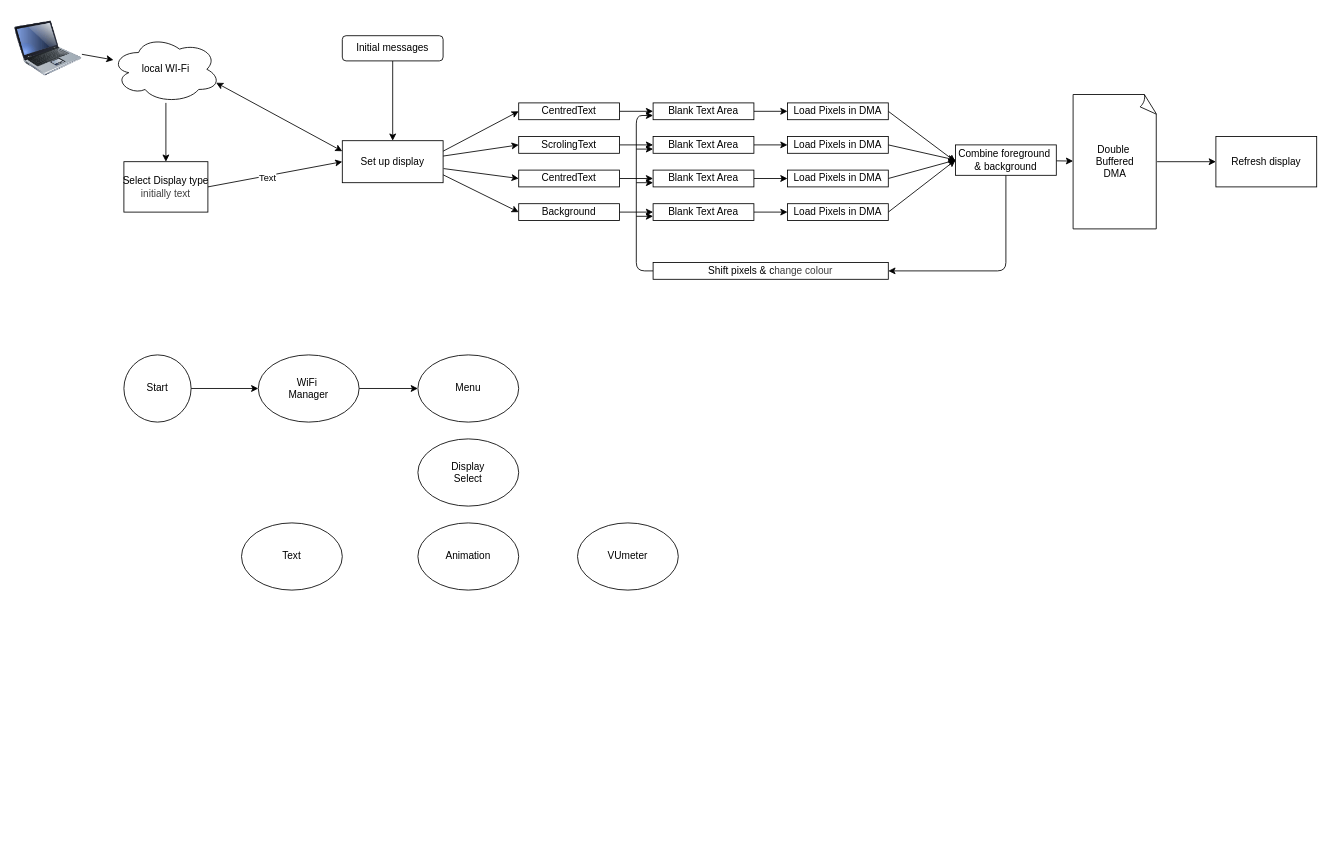
Before: ESP/3_Let's_chat/Code-PIO/ESP32 Server/documentation/Block Diagram.drawio in mhavill/MRPMG-Docklands, a draw.io diagram. Source tidied: cells renumbered, new cells numbered last; positions are measured from the earlier drawing's top-left corner, leaving out a move shared by most shapes. Both pictures are drawn from the tidied source at 84%, with x=0, y=0 at pixel (14, 14).
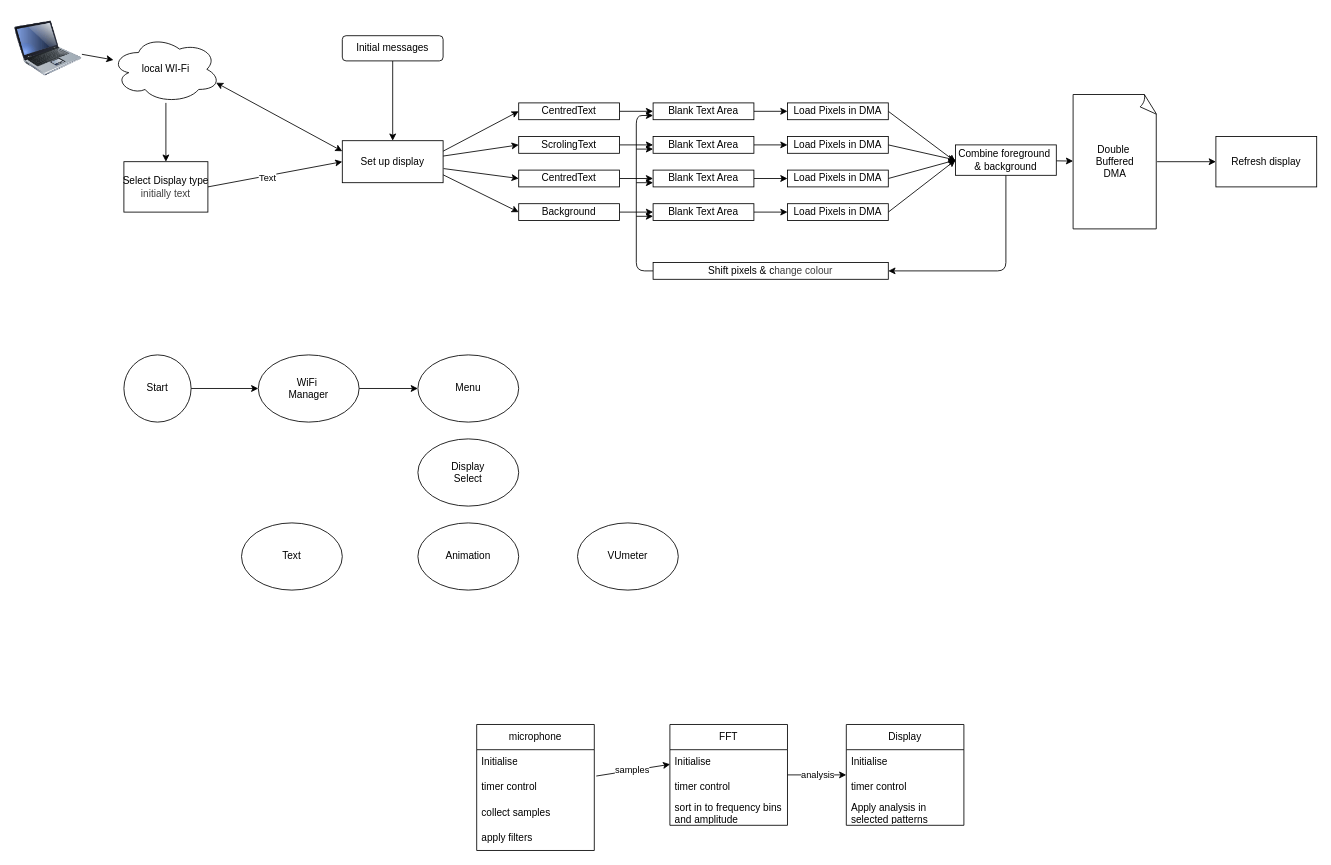
After the change.

Diff of the diagram source:
```diff
@@
+    <mxCell id="61" style="edgeStyle=none;html=1;entryX=0.002;entryY=0.395;entryDx=0;entryDy=0;entryPerimeter=0;exitX=1.017;exitY=0.409;exitDx=0;exitDy=0;exitPerimeter=0;" parent="1" edge="1" source="63" target="68">
+      <mxGeometry relative="1" as="geometry" />
+    </mxCell>
+    <mxCell id="62" value="samples" style="edgeLabel;html=1;align=center;verticalAlign=middle;" parent="61" vertex="1">
+      <mxGeometry x="-0.03" y="1" relative="1" as="geometry" />
+    </mxCell>
+    <mxCell id="63" value="&lt;span style=&quot;color: rgb(0, 0, 0);&quot;&gt;microphone&lt;/span&gt;" style="swimlane;fontStyle=0;horizontal=1;startSize=30;whiteSpace=wrap;html=1;" parent="1" vertex="1">
+      <mxGeometry x="550" y="845" width="140" height="150" as="geometry" />
+    </mxCell>
+    <mxCell id="64" value="Initialise" style="text;strokeColor=none;fillColor=none;align=left;verticalAlign=middle;spacingLeft=4;spacingRight=4;overflow=hidden;whiteSpace=wrap;html=1;" parent="63" vertex="1">
+      <mxGeometry y="30" width="140" height="30" as="geometry" />
+    </mxCell>
+    <mxCell id="65" value="timer control" style="text;strokeColor=none;fillColor=none;align=left;verticalAlign=middle;spacingLeft=4;spacingRight=4;overflow=hidden;whiteSpace=wrap;html=1;" parent="63" vertex="1">
+      <mxGeometry y="60" width="140" height="30" as="geometry" />
+    </mxCell>
+    <mxCell id="66" value="collect samples" style="text;strokeColor=none;fillColor=none;align=left;verticalAlign=middle;spacingLeft=4;spacingRight=4;overflow=hidden;whiteSpace=wrap;html=1;" parent="63" vertex="1">
+      <mxGeometry y="90" width="140" height="30" as="geometry" />
+    </mxCell>
+    <mxCell id="67" value="apply filters" style="text;strokeColor=none;fillColor=none;align=left;verticalAlign=middle;spacingLeft=4;spacingRight=4;overflow=hidden;whiteSpace=wrap;html=1;" parent="63" vertex="1">
+      <mxGeometry y="120" width="140" height="30" as="geometry" />
+    </mxCell>
+    <mxCell id="68" value="&lt;span style=&quot;color: rgb(0, 0, 0);&quot;&gt;FFT&lt;/span&gt;" style="swimlane;fontStyle=0;horizontal=1;startSize=30;whiteSpace=wrap;html=1;" parent="1" vertex="1">
+      <mxGeometry x="780" y="845" width="140" height="120" as="geometry" />
+    </mxCell>
+    <mxCell id="69" value="Initialise" style="text;strokeColor=none;fillColor=none;align=left;verticalAlign=middle;spacingLeft=4;spacingRight=4;overflow=hidden;whiteSpace=wrap;html=1;" parent="68" vertex="1">
+      <mxGeometry y="30" width="140" height="30" as="geometry" />
+    </mxCell>
+    <mxCell id="70" value="timer control" style="text;strokeColor=none;fillColor=none;align=left;verticalAlign=middle;spacingLeft=4;spacingRight=4;overflow=hidden;whiteSpace=wrap;html=1;" parent="68" vertex="1">
+      <mxGeometry y="60" width="140" height="30" as="geometry" />
+    </mxCell>
+    <mxCell id="71" value="sort in to frequency bins and amplitude" style="text;strokeColor=none;fillColor=none;align=left;verticalAlign=middle;spacingLeft=4;spacingRight=4;overflow=hidden;whiteSpace=wrap;html=1;" parent="68" vertex="1">
+      <mxGeometry y="90" width="140" height="30" as="geometry" />
+    </mxCell>
+    <mxCell id="72" value="&lt;span style=&quot;color: rgb(0, 0, 0);&quot;&gt;Display&lt;/span&gt;" style="swimlane;fontStyle=0;horizontal=1;startSize=30;whiteSpace=wrap;html=1;" parent="1" vertex="1">
+      <mxGeometry x="990" y="845" width="140" height="120" as="geometry" />
+    </mxCell>
+    <mxCell id="73" value="Initialise" style="text;strokeColor=none;fillColor=none;align=left;verticalAlign=middle;spacingLeft=4;spacingRight=4;overflow=hidden;whiteSpace=wrap;html=1;" parent="72" vertex="1">
+      <mxGeometry y="30" width="140" height="30" as="geometry" />
+    </mxCell>
+    <mxCell id="74" value="timer control" style="text;strokeColor=none;fillColor=none;align=left;verticalAlign=middle;spacingLeft=4;spacingRight=4;overflow=hidden;whiteSpace=wrap;html=1;" parent="72" vertex="1">
+      <mxGeometry y="60" width="140" height="30" as="geometry" />
+    </mxCell>
+    <mxCell id="75" value="Apply analysis in selected patterns" style="text;strokeColor=none;fillColor=none;align=left;verticalAlign=middle;spacingLeft=4;spacingRight=4;overflow=hidden;whiteSpace=wrap;html=1;" parent="72" vertex="1">
+      <mxGeometry y="90" width="140" height="30" as="geometry" />
+    </mxCell>
+    <mxCell id="76" style="edgeStyle=none;html=1;entryX=0;entryY=0.5;entryDx=0;entryDy=0;" parent="1" edge="1" source="68" target="72">
+      <mxGeometry relative="1" as="geometry" />
+    </mxCell>
+    <mxCell id="77" value="analysis" style="edgeLabel;html=1;align=center;verticalAlign=middle;" parent="76" vertex="1">
+      <mxGeometry x="-0.01" y="1" relative="1" as="geometry" />
+    </mxCell>
```
